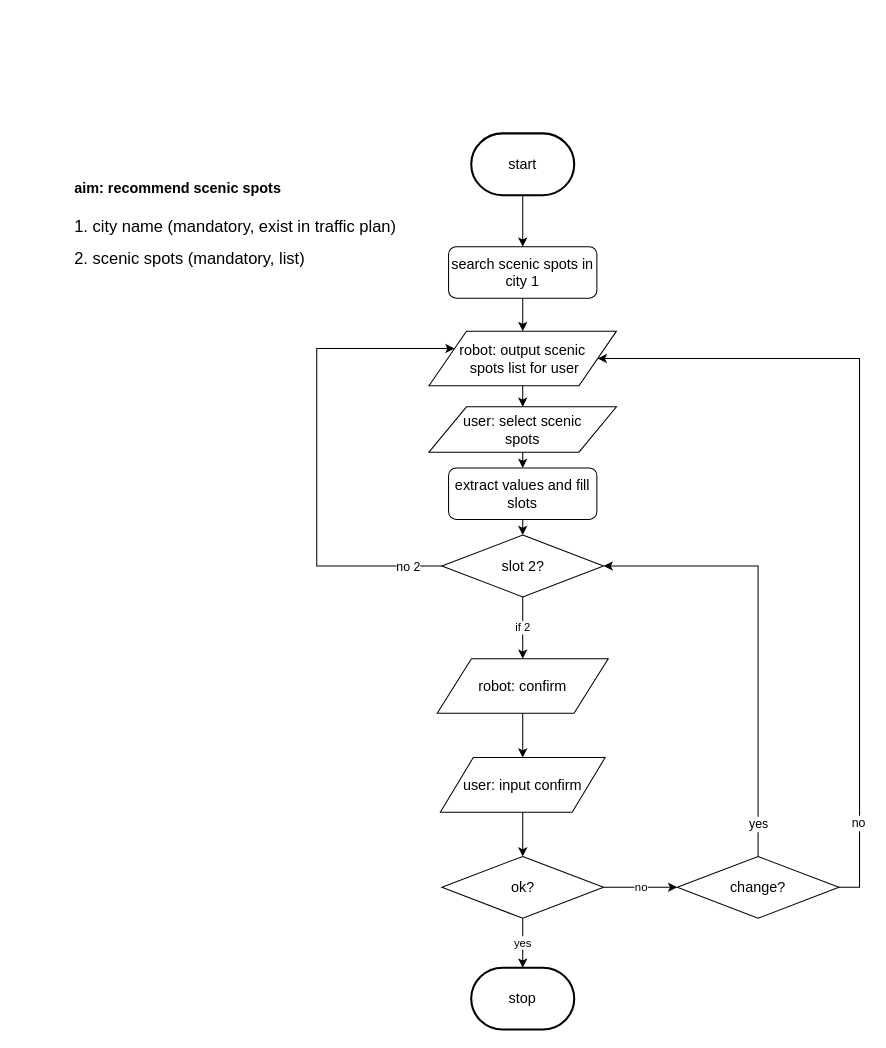
Above: flow_diagram/scenic_plan.drawio in ricosr/travel_consult_chatbot (draw.io), before the change. Source tidied: cells renumbered, new cells numbered last; positions are measured from the earlier drawing's top-left corner, leaving out a move shared by most shapes. Both pictures are drawn from the tidied source at 103%, with x=0, y=0 at pixel (69, 133).
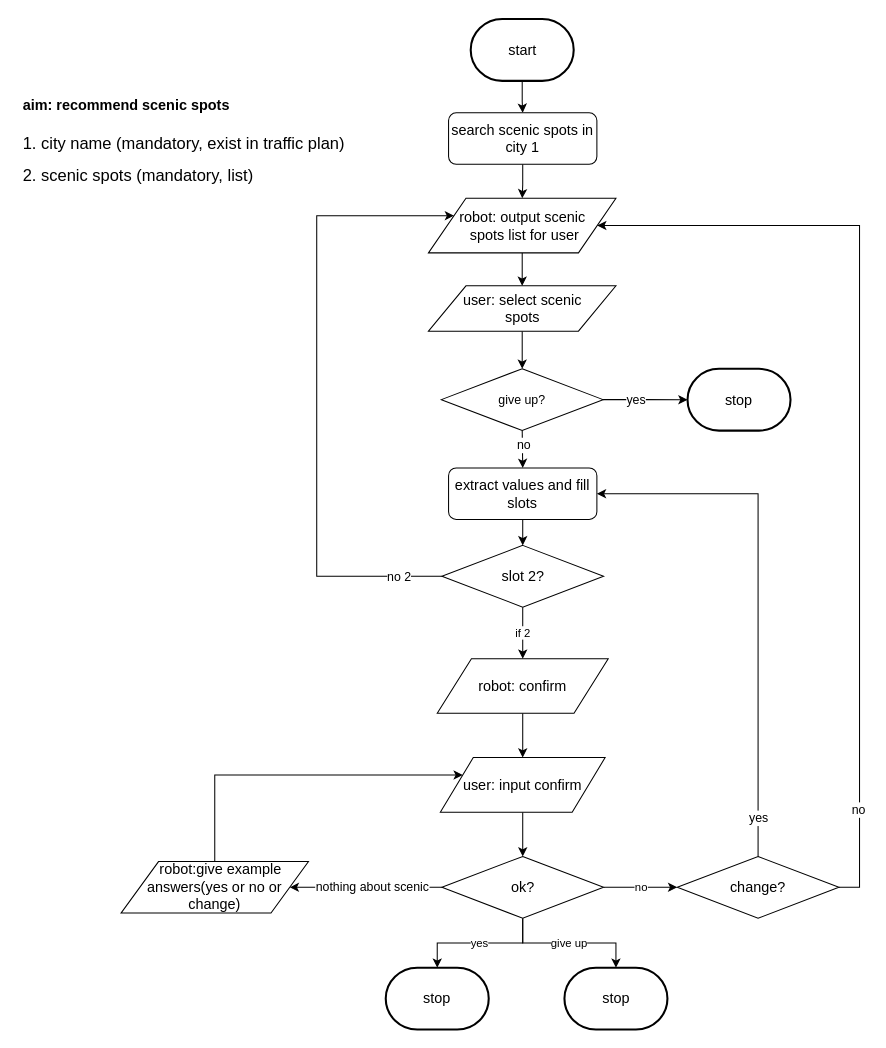
The same page after the edit.

Unchanged cells that the change refers to:
```xml
<mxCell id="18" value="&lt;span style=&quot;font-size: 14px&quot;&gt;user: input confirm&lt;/span&gt;" style="shape=parallelogram;perimeter=parallelogramPerimeter;whiteSpace=wrap;html=1;" parent="1" vertex="1">
  <mxGeometry x="360" y="606" width="160" height="53" as="geometry" />
</mxCell>
<mxCell id="21" value="&lt;font style=&quot;font-size: 14px&quot;&gt;ok?&lt;br&gt;&lt;/font&gt;" style="rhombus;whiteSpace=wrap;html=1;" parent="1" vertex="1">
  <mxGeometry x="361.5" y="702" width="157" height="60" as="geometry" />
</mxCell>
<mxCell id="27" value="&lt;font style=&quot;font-size: 14px&quot;&gt;change?&lt;br&gt;&lt;/font&gt;" style="rhombus;whiteSpace=wrap;html=1;" parent="1" vertex="1">
  <mxGeometry x="590" y="702" width="157" height="60" as="geometry" />
</mxCell>
<mxCell id="29" value="&lt;font style=&quot;font-size: 14px&quot;&gt;extract values and fill slots&lt;/font&gt;" style="rounded=1;whiteSpace=wrap;html=1;" parent="1" vertex="1">
  <mxGeometry x="368" y="324.8" width="144" height="50" as="geometry" />
</mxCell>
```

Change to the diagram source:
```diff
@@
     <mxCell id="2" value="&lt;h1&gt;&lt;font style=&quot;font-size: 14px&quot;&gt;aim:&amp;nbsp;recommend scenic spots&lt;/font&gt;&lt;/h1&gt;&lt;p&gt;&lt;font size=&quot;3&quot;&gt;1. city name (mandatory, exist in traffic plan)&lt;br&gt;&lt;/font&gt;&lt;/p&gt;&lt;p&gt;&lt;font size=&quot;3&quot;&gt;2. scenic spots (mandatory, list)&lt;/font&gt;&lt;/p&gt;" style="text;html=1;strokeColor=none;fillColor=none;spacing=5;spacingTop=-20;whiteSpace=wrap;overflow=hidden;rounded=0;" parent="1" vertex="1">
-      <mxGeometry y="30" width="330" height="110" as="geometry" />
+      <mxGeometry x="-50" y="-50" width="330" height="110" as="geometry" />
     </mxCell>
@@
     <mxCell id="4" value="&lt;span style=&quot;font-size: 14px&quot;&gt;start&lt;/span&gt;" style="strokeWidth=2;html=1;shape=mxgraph.flowchart.terminator;whiteSpace=wrap;" parent="1" vertex="1">
-      <mxGeometry x="390" width="100" height="60" as="geometry" />
+      <mxGeometry x="389.5" y="-111" width="100" height="60" as="geometry" />
     </mxCell>
-    <mxCell id="5" style="edgeStyle=orthogonalEdgeStyle;rounded=0;jettySize=auto;html=1;exitX=0.5;exitY=1;exitDx=0;exitDy=0;entryX=0.5;entryY=0;entryDx=0;entryDy=0;" parent="1" edge="1" source="6" target="29">
-      <mxGeometry relative="1" as="geometry" />
-    </mxCell>
+    <mxCell id="30" style="edgeStyle=orthogonalEdgeStyle;rounded=0;jettySize=auto;html=1;exitX=0.5;exitY=1;exitDx=0;exitDy=0;entryX=0.5;entryY=0;entryDx=0;entryDy=0;" parent="1" edge="1" source="6" target="38">
+      <mxGeometry relative="1" as="geometry" />
+    </mxCell>
     <mxCell id="6" value="&lt;span style=&quot;font-size: 14px&quot;&gt;user: select scenic &lt;br&gt;spots&lt;/span&gt;" style="shape=parallelogram;perimeter=parallelogramPerimeter;whiteSpace=wrap;html=1;" parent="1" vertex="1">
-      <mxGeometry x="349" y="265.5" width="182" height="44" as="geometry" />
+      <mxGeometry x="348.5" y="148" width="182" height="44" as="geometry" />
     </mxCell>
@@
     <mxCell id="8" value="&lt;span style=&quot;font-size: 14px&quot;&gt;search scenic spots in city 1&lt;/span&gt;" style="rounded=1;whiteSpace=wrap;html=1;" parent="1" vertex="1">
-      <mxGeometry x="368" y="110" width="144" height="50" as="geometry" />
+      <mxGeometry x="368" y="-20" width="144" height="50" as="geometry" />
     </mxCell>
-    <mxCell id="9" style="edgeStyle=orthogonalEdgeStyle;rounded=0;jettySize=auto;html=1;" parent="1" edge="1" source="10" target="6">
+    <mxCell id="9" style="edgeStyle=orthogonalEdgeStyle;rounded=0;jettySize=auto;html=1;exitX=0.5;exitY=1;exitDx=0;exitDy=0;entryX=0.5;entryY=0;entryDx=0;entryDy=0;" parent="1" edge="1" source="10" target="6">
       <mxGeometry relative="1" as="geometry" />
     </mxCell>
     <mxCell id="10" value="&lt;font style=&quot;font-size: 14px&quot;&gt;robot: output scenic&lt;br&gt;&amp;nbsp;spots list for user&lt;/font&gt;" style="shape=parallelogram;perimeter=parallelogramPerimeter;whiteSpace=wrap;html=1;" parent="1" vertex="1">
-      <mxGeometry x="349" y="192" width="182" height="53" as="geometry" />
+      <mxGeometry x="348.5" y="63" width="182" height="53" as="geometry" />
     </mxCell>
@@
     <mxCell id="14" style="edgeStyle=orthogonalEdgeStyle;rounded=0;jettySize=auto;html=1;exitX=0;exitY=0.5;exitDx=0;exitDy=0;entryX=0;entryY=0.25;entryDx=0;entryDy=0;" parent="1" edge="1" source="16" target="10">
       <mxGeometry relative="1" as="geometry">
         <Array as="points">
-          <mxPoint x="240" y="420" />
-          <mxPoint x="240" y="209" />
+          <mxPoint x="240" y="430" />
+          <mxPoint x="240" y="80" />
         </Array>
       </mxGeometry>
     </mxCell>
@@
     <mxCell id="16" value="&lt;font style=&quot;font-size: 14px&quot;&gt;slot 2?&lt;br&gt;&lt;/font&gt;" style="rhombus;whiteSpace=wrap;html=1;" parent="1" vertex="1">
-      <mxGeometry x="361.5" y="390" width="157" height="60" as="geometry" />
+      <mxGeometry x="361.5" y="400" width="157" height="60" as="geometry" />
     </mxCell>
@@
+    <mxCell id="31" value="give up" style="edgeStyle=orthogonalEdgeStyle;rounded=0;jettySize=auto;html=1;exitX=0.5;exitY=1;exitDx=0;exitDy=0;entryX=0.5;entryY=0;entryDx=0;entryDy=0;entryPerimeter=0;" parent="1" edge="1" source="21" target="40">
+      <mxGeometry relative="1" as="geometry">
+        <Array as="points">
+          <mxPoint x="440" y="786" />
+          <mxPoint x="531" y="786" />
+        </Array>
+      </mxGeometry>
+    </mxCell>
+    <mxCell id="32" style="edgeStyle=orthogonalEdgeStyle;rounded=0;jettySize=auto;html=1;exitX=0;exitY=0.5;exitDx=0;exitDy=0;entryX=1;entryY=0.5;entryDx=0;entryDy=0;" parent="1" edge="1" source="21" target="42">
+      <mxGeometry relative="1" as="geometry" />
+    </mxCell>
+    <mxCell id="33" value="nothing about scenic" style="text;html=1;align=center;verticalAlign=middle;labelBackgroundColor=#ffffff;" parent="32" vertex="1">
+      <mxGeometry x="-0.08" y="-1" relative="1" as="geometry" />
+    </mxCell>
@@
     <mxCell id="22" value="&lt;font style=&quot;font-size: 14px&quot;&gt;stop&lt;/font&gt;" style="strokeWidth=2;html=1;shape=mxgraph.flowchart.terminator;whiteSpace=wrap;" parent="1" vertex="1">
-      <mxGeometry x="390" y="810" width="100" height="60" as="geometry" />
+      <mxGeometry x="307" y="810" width="100" height="60" as="geometry" />
     </mxCell>
-    <mxCell id="23" style="edgeStyle=orthogonalEdgeStyle;rounded=0;jettySize=auto;html=1;exitX=0.5;exitY=0;exitDx=0;exitDy=0;entryX=1;entryY=0.5;entryDx=0;entryDy=0;" parent="1" edge="1" source="27" target="16">
+    <mxCell id="23" style="edgeStyle=orthogonalEdgeStyle;rounded=0;jettySize=auto;html=1;exitX=0.5;exitY=0;exitDx=0;exitDy=0;entryX=1;entryY=0.5;entryDx=0;entryDy=0;" parent="1" edge="1" source="27" target="29">
       <mxGeometry relative="1" as="geometry" />
     </mxCell>
@@
     <mxCell id="25" style="edgeStyle=orthogonalEdgeStyle;rounded=0;jettySize=auto;html=1;exitX=1;exitY=0.5;exitDx=0;exitDy=0;entryX=1;entryY=0.5;entryDx=0;entryDy=0;" parent="1" edge="1" source="27" target="10">
       <mxGeometry relative="1" as="geometry">
         <Array as="points">
           <mxPoint x="767" y="732" />
-          <mxPoint x="767" y="219" />
+          <mxPoint x="767" y="89" />
         </Array>
       </mxGeometry>
     </mxCell>
@@
+    <mxCell id="34" style="edgeStyle=orthogonalEdgeStyle;rounded=0;jettySize=auto;html=1;exitX=1;exitY=0.5;exitDx=0;exitDy=0;entryX=0;entryY=0.5;entryDx=0;entryDy=0;entryPerimeter=0;" parent="1" edge="1" source="38" target="39">
+      <mxGeometry relative="1" as="geometry" />
+    </mxCell>
+    <mxCell id="35" value="yes" style="text;html=1;align=center;verticalAlign=middle;labelBackgroundColor=#ffffff;" parent="34" vertex="1">
+      <mxGeometry x="-0.24" relative="1" as="geometry" />
+    </mxCell>
+    <mxCell id="36" style="edgeStyle=orthogonalEdgeStyle;rounded=0;jettySize=auto;html=1;exitX=0.5;exitY=1;exitDx=0;exitDy=0;entryX=0.5;entryY=0;entryDx=0;entryDy=0;" parent="1" edge="1" source="38" target="29">
+      <mxGeometry relative="1" as="geometry" />
+    </mxCell>
+    <mxCell id="37" value="no" style="text;html=1;align=center;verticalAlign=middle;labelBackgroundColor=#ffffff;" parent="36" vertex="1">
+      <mxGeometry x="-0.24" y="1" relative="1" as="geometry" />
+    </mxCell>
+    <mxCell id="38" value="give up?" style="rhombus;whiteSpace=wrap;html=1;" parent="1" vertex="1">
+      <mxGeometry x="361" y="228.5" width="157" height="60" as="geometry" />
+    </mxCell>
+    <mxCell id="39" value="&lt;font style=&quot;font-size: 14px&quot;&gt;stop&lt;/font&gt;" style="strokeWidth=2;html=1;shape=mxgraph.flowchart.terminator;whiteSpace=wrap;" parent="1" vertex="1">
+      <mxGeometry x="600" y="228.6" width="100" height="60" as="geometry" />
+    </mxCell>
+    <mxCell id="40" value="&lt;font style=&quot;font-size: 14px&quot;&gt;stop&lt;/font&gt;" style="strokeWidth=2;html=1;shape=mxgraph.flowchart.terminator;whiteSpace=wrap;" parent="1" vertex="1">
+      <mxGeometry x="480.5" y="810" width="100" height="60" as="geometry" />
+    </mxCell>
+    <mxCell id="41" style="edgeStyle=orthogonalEdgeStyle;rounded=0;jettySize=auto;html=1;exitX=0.5;exitY=0;exitDx=0;exitDy=0;entryX=0;entryY=0.25;entryDx=0;entryDy=0;" parent="1" edge="1" source="42" target="18">
+      <mxGeometry relative="1" as="geometry">
+        <Array as="points">
+          <mxPoint x="141" y="623" />
+        </Array>
+      </mxGeometry>
+    </mxCell>
+    <mxCell id="42" value="&lt;span style=&quot;font-size: 14px&quot;&gt;&amp;nbsp; &amp;nbsp;robot:give example answers(yes or no or change)&lt;/span&gt;" style="shape=parallelogram;perimeter=parallelogramPerimeter;whiteSpace=wrap;html=1;" parent="1" vertex="1">
+      <mxGeometry x="50" y="707" width="182" height="50" as="geometry" />
+    </mxCell>
```
